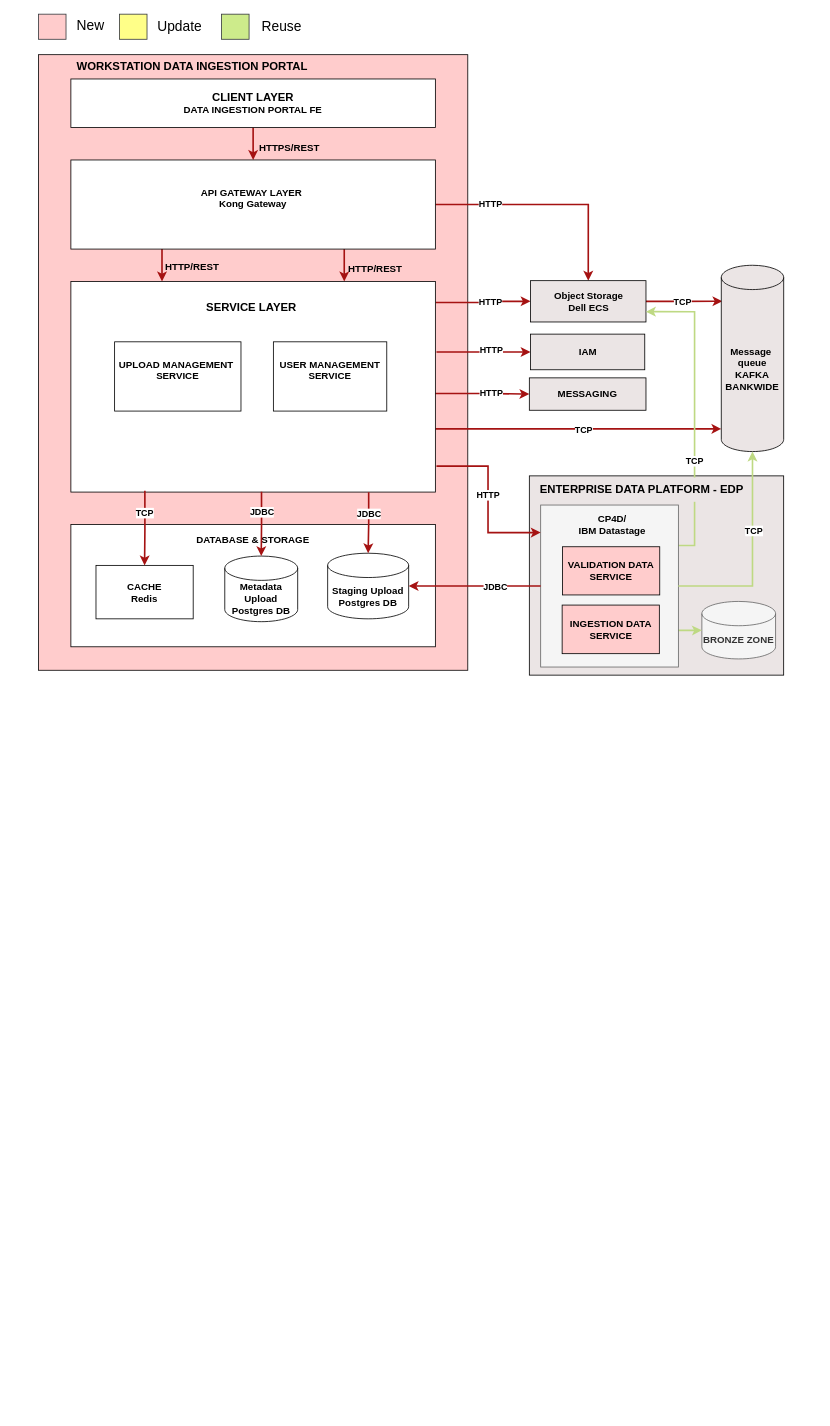
Before: page "Integration Architech-NEW" (12 of 13) of docs/App_UL_V1.drawio in vietda1/enterprise-upload-system, a draw.io diagram. Source tidied: cells renumbered, new cells numbered last; positions are measured from the earlier drawing's top-left corner, leaving out a move shared by most shapes. Both pictures are drawn from the tidied source at 81%, with x=0, y=0 at pixel (38, 14).
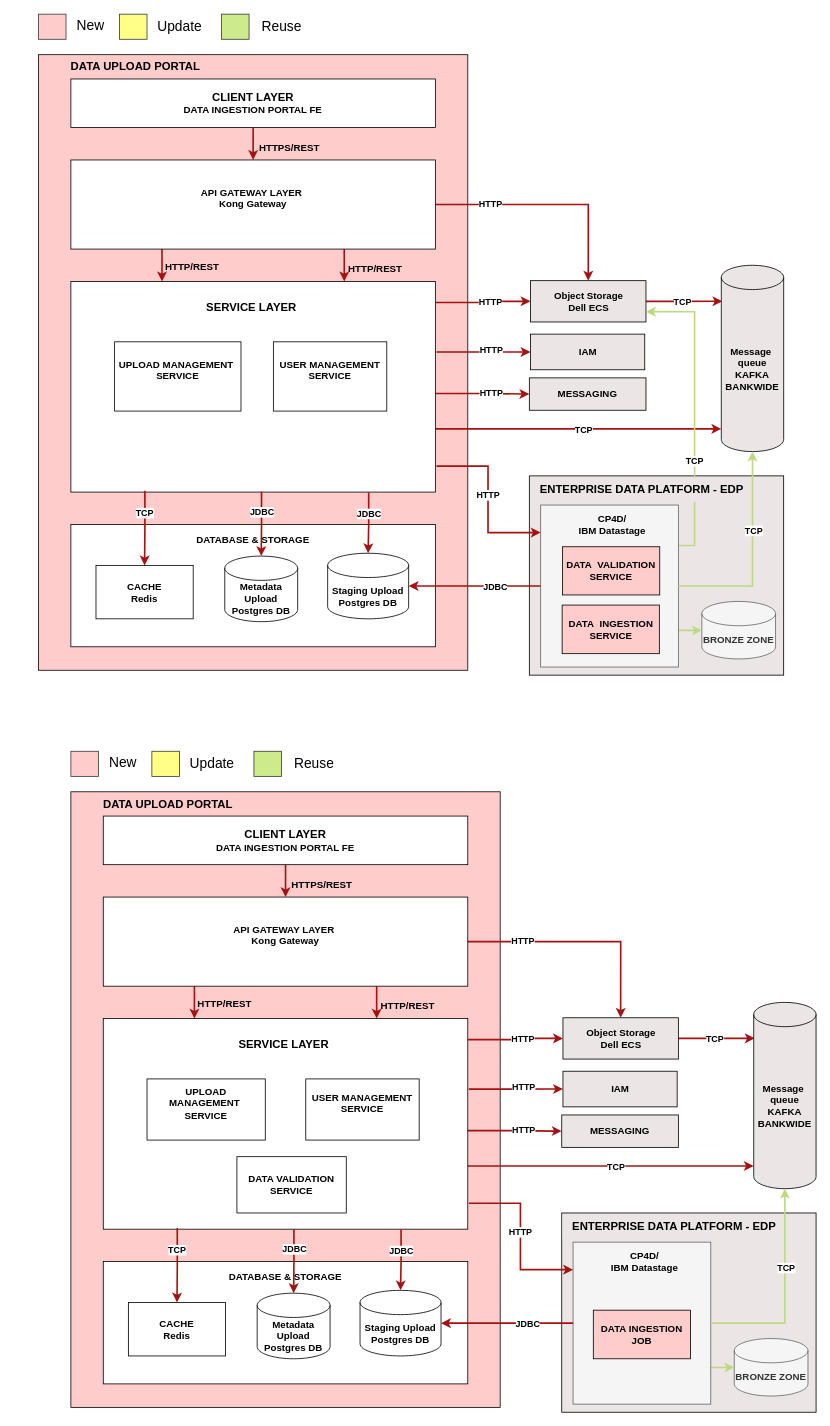
Above is the later version.

The edit, as a diff of the source:
```diff
@@
-    <mxCell id="44" value="WORKSTATION DATA INGESTION PORTAL" style="text;html=1;whiteSpace=wrap;strokeColor=none;fillColor=none;align=center;verticalAlign=middle;rounded=0;fontStyle=1;fontSize=14;" parent="1" vertex="1">
-      <mxGeometry x="40" y="50" width="300" height="30" as="geometry" />
+    <mxCell id="44" value="DATA UPLOAD PORTAL" style="text;html=1;whiteSpace=wrap;strokeColor=none;fillColor=none;align=center;verticalAlign=middle;rounded=0;fontStyle=1;fontSize=14;" parent="1" vertex="1">
+      <mxGeometry x="-30" y="50" width="300" height="30" as="geometry" />
     </mxCell>
@@
-    <mxCell id="51" value="&lt;div&gt;&lt;div&gt;VALIDATION DATA SERVICE&lt;/div&gt;&lt;/div&gt;" style="rounded=0;whiteSpace=wrap;html=1;fontStyle=1;fillColor=light-dark(#ffcccc, #ededed);" parent="1" vertex="1">
+    <mxCell id="51" value="&lt;div&gt;&lt;span style=&quot;background-color: transparent; color: light-dark(rgb(0, 0, 0), rgb(255, 255, 255));&quot;&gt;DATA&lt;/span&gt;&lt;span style=&quot;background-color: transparent; color: light-dark(rgb(0, 0, 0), rgb(255, 255, 255));&quot;&gt;&amp;nbsp;&amp;nbsp;&lt;/span&gt;VALIDATION SERVICE&lt;/div&gt;" style="rounded=0;whiteSpace=wrap;html=1;fontStyle=1;fillColor=light-dark(#ffcccc, #ededed);" parent="1" vertex="1">
       <mxGeometry x="647" y="657.5" width="120" height="59.5" as="geometry" />
     </mxCell>
-    <mxCell id="52" value="&lt;div&gt;&lt;div&gt;INGESTION DATA SERVICE&lt;/div&gt;&lt;/div&gt;" style="rounded=0;whiteSpace=wrap;html=1;fontStyle=1;fillColor=light-dark(#ffcccc, #ededed);" parent="1" vertex="1">
+    <mxCell id="52" value="&lt;div&gt;&lt;span style=&quot;background-color: transparent; color: light-dark(rgb(0, 0, 0), rgb(255, 255, 255));&quot;&gt;DATA&lt;/span&gt;&lt;span style=&quot;background-color: transparent; color: light-dark(rgb(0, 0, 0), rgb(255, 255, 255));&quot;&gt;&amp;nbsp;&amp;nbsp;&lt;/span&gt;INGESTION SERVICE&lt;/div&gt;" style="rounded=0;whiteSpace=wrap;html=1;fontStyle=1;fillColor=light-dark(#ffcccc, #ededed);" parent="1" vertex="1">
       <mxGeometry x="646.5" y="729.5" width="120" height="60" as="geometry" />
     </mxCell>
@@
+    <mxCell id="66" style="rounded=0;whiteSpace=wrap;html=1;fillColor=light-dark(#ebe5e5, #ededed);fontStyle=1;" parent="1" vertex="1">
+      <mxGeometry x="646" y="1480" width="314" height="246" as="geometry" />
+    </mxCell>
+    <mxCell id="67" style="rounded=0;whiteSpace=wrap;html=1;strokeColor=light-dark(#050505, #572b2b);fillColor=light-dark(#ffcccc, #ededed);" parent="1" vertex="1">
+      <mxGeometry x="40" y="960" width="530" height="760" as="geometry" />
+    </mxCell>
+    <mxCell id="68" style="edgeStyle=orthogonalEdgeStyle;rounded=0;jettySize=auto;html=1;exitX=0.5;exitY=1;exitDx=0;exitDy=0;entryX=0.5;entryY=0;entryDx=0;entryDy=0;fontStyle=1;strokeWidth=2;strokeColor=light-dark(#a51212, #ededed);" parent="1" edge="1" source="69" target="74">
+      <mxGeometry relative="1" as="geometry" />
+    </mxCell>
+    <mxCell id="69" value="&lt;font style=&quot;font-size: 14px;&quot;&gt;CLIENT LAYER&lt;/font&gt;&lt;div&gt;DATA INGESTION PORTAL FE&lt;/div&gt;" style="rounded=0;whiteSpace=wrap;html=1;fontStyle=1;" parent="1" vertex="1">
+      <mxGeometry x="80" y="990" width="450" height="60" as="geometry" />
+    </mxCell>
+    <mxCell id="70" style="edgeStyle=orthogonalEdgeStyle;rounded=0;jettySize=auto;html=1;exitX=0.25;exitY=1;exitDx=0;exitDy=0;entryX=0.25;entryY=0;entryDx=0;entryDy=0;fontStyle=1;strokeWidth=2;strokeColor=#A51212;" parent="1" edge="1" source="74" target="83">
+      <mxGeometry relative="1" as="geometry" />
+    </mxCell>
+    <mxCell id="71" style="edgeStyle=orthogonalEdgeStyle;rounded=0;jettySize=auto;html=1;exitX=0.75;exitY=1;exitDx=0;exitDy=0;entryX=0.75;entryY=0;entryDx=0;entryDy=0;fontStyle=1;strokeWidth=2;strokeColor=#A51212;" parent="1" edge="1" source="74" target="83">
+      <mxGeometry relative="1" as="geometry" />
+    </mxCell>
+    <mxCell id="72" style="edgeStyle=orthogonalEdgeStyle;rounded=0;jettySize=auto;html=1;exitX=1;exitY=0.5;exitDx=0;exitDy=0;entryX=0.5;entryY=0;entryDx=0;entryDy=0;strokeWidth=2;strokeColor=light-dark(#A51212,#EDEDED);" parent="1" edge="1" source="74" target="89">
+      <mxGeometry relative="1" as="geometry" />
+    </mxCell>
+    <mxCell id="73" value="&lt;b&gt;HTTP&lt;/b&gt;" style="edgeLabel;html=1;align=center;verticalAlign=middle;" parent="72" vertex="1">
+      <mxGeometry x="-0.3" y="2" relative="1" as="geometry">
+        <mxPoint x="-32" as="offset" />
+      </mxGeometry>
+    </mxCell>
+    <mxCell id="74" value="API GATEWAY LAYER&amp;nbsp;&lt;div&gt;Kong Gateway&lt;/div&gt;&lt;div&gt;&lt;br&gt;&lt;/div&gt;" style="rounded=0;whiteSpace=wrap;html=1;fontStyle=1;" parent="1" vertex="1">
+      <mxGeometry x="80" y="1090" width="450" height="110" as="geometry" />
+    </mxCell>
+    <mxCell id="75" style="edgeStyle=orthogonalEdgeStyle;rounded=0;orthogonalLoop=1;jettySize=auto;html=1;entryX=0;entryY=1;entryDx=0;entryDy=-15;exitX=1;exitY=0.75;exitDx=0;exitDy=0;entryPerimeter=0;strokeWidth=2;strokeColor=#A51212;" parent="1" edge="1">
+      <mxGeometry relative="1" as="geometry">
+        <mxPoint x="530" y="1422" as="sourcePoint" />
+        <mxPoint x="883" y="1422" as="targetPoint" />
+      </mxGeometry>
+    </mxCell>
+    <mxCell id="76" value="&lt;b&gt;TCP&lt;/b&gt;" style="edgeLabel;html=1;align=center;verticalAlign=middle;" parent="75" vertex="1">
+      <mxGeometry x="-0.15" relative="1" as="geometry">
+        <mxPoint x="32" as="offset" />
+      </mxGeometry>
+    </mxCell>
+    <mxCell id="77" style="edgeStyle=orthogonalEdgeStyle;rounded=0;jettySize=auto;html=1;exitX=0.998;exitY=0.532;exitDx=0;exitDy=0;entryX=0;entryY=0.5;entryDx=0;entryDy=0;strokeWidth=2;strokeColor=#A51212;exitPerimeter=0;" parent="1" edge="1" source="83" target="108">
+      <mxGeometry relative="1" as="geometry" />
+    </mxCell>
+    <mxCell id="78" value="&lt;b&gt;HTTP&lt;/b&gt;" style="edgeLabel;html=1;align=center;verticalAlign=middle;" parent="77" vertex="1">
+      <mxGeometry x="-0.02" y="1" relative="1" as="geometry">
+        <mxPoint x="11" as="offset" />
+      </mxGeometry>
+    </mxCell>
+    <mxCell id="79" style="edgeStyle=orthogonalEdgeStyle;rounded=0;jettySize=auto;html=1;exitX=1.001;exitY=0.1;exitDx=0;exitDy=0;entryX=0;entryY=0.5;entryDx=0;entryDy=0;strokeWidth=2;strokeColor=#A51212;exitPerimeter=0;" parent="1" edge="1" source="83" target="89">
+      <mxGeometry relative="1" as="geometry" />
+    </mxCell>
+    <mxCell id="80" value="&lt;b&gt;HTTP&lt;/b&gt;" style="edgeLabel;html=1;align=center;verticalAlign=middle;" parent="79" vertex="1">
+      <mxGeometry y="2" relative="1" as="geometry">
+        <mxPoint x="11" as="offset" />
+      </mxGeometry>
+    </mxCell>
+    <mxCell id="81" style="edgeStyle=orthogonalEdgeStyle;rounded=0;jettySize=auto;html=1;exitX=1.003;exitY=0.335;exitDx=0;exitDy=0;entryX=0;entryY=0.5;entryDx=0;entryDy=0;exitPerimeter=0;strokeWidth=2;strokeColor=light-dark(#a51212, #ededed);" parent="1" edge="1" source="83" target="92">
+      <mxGeometry relative="1" as="geometry" />
+    </mxCell>
+    <mxCell id="82" value="&lt;b&gt;HTTP&lt;/b&gt;" style="edgeLabel;html=1;align=center;verticalAlign=middle;" parent="81" vertex="1">
+      <mxGeometry x="0.03" y="3" relative="1" as="geometry">
+        <mxPoint x="7" as="offset" />
+      </mxGeometry>
+    </mxCell>
+    <mxCell id="83" value="&lt;font style=&quot;font-size: 14px;&quot;&gt;SERVICE LAYER&amp;nbsp;&lt;/font&gt;&lt;div&gt;&lt;font style=&quot;font-size: 14px;&quot;&gt;&lt;br&gt;&lt;/font&gt;&lt;/div&gt;&lt;div&gt;&lt;font style=&quot;font-size: 14px;&quot;&gt;&lt;br&gt;&lt;/font&gt;&lt;/div&gt;&lt;div&gt;&lt;font style=&quot;font-size: 14px;&quot;&gt;&lt;br&gt;&lt;/font&gt;&lt;/div&gt;&lt;div&gt;&lt;font style=&quot;font-size: 14px;&quot;&gt;&lt;br&gt;&lt;/font&gt;&lt;/div&gt;&lt;div&gt;&lt;br&gt;&lt;/div&gt;&lt;div&gt;&lt;font style=&quot;font-size: 14px;&quot;&gt;&lt;br&gt;&lt;/font&gt;&lt;/div&gt;&lt;div&gt;&lt;font style=&quot;font-size: 14px;&quot;&gt;&lt;br&gt;&lt;/font&gt;&lt;/div&gt;&lt;div&gt;&lt;font style=&quot;font-size: 14px;&quot;&gt;&lt;br&gt;&lt;/font&gt;&lt;/div&gt;&lt;div&gt;&lt;font style=&quot;font-size: 14px;&quot;&gt;&lt;br&gt;&lt;/font&gt;&lt;/div&gt;&lt;div&gt;&lt;font style=&quot;font-size: 14px;&quot;&gt;&lt;br&gt;&lt;/font&gt;&lt;/div&gt;&lt;div&gt;&lt;font style=&quot;font-size: 14px;&quot;&gt;&lt;br&gt;&lt;/font&gt;&lt;/div&gt;&lt;div&gt;&lt;br&gt;&lt;/div&gt;" style="rounded=0;whiteSpace=wrap;html=1;fontStyle=1;" parent="1" vertex="1">
+      <mxGeometry x="80" y="1240" width="450" height="260" as="geometry" />
+    </mxCell>
+    <mxCell id="84" value="UPLOAD MANAGEMENT&amp;nbsp;&lt;div&gt;SERVICE&lt;div&gt;&lt;br&gt;&lt;/div&gt;&lt;/div&gt;" style="rounded=0;whiteSpace=wrap;html=1;fontStyle=1;" parent="1" vertex="1">
+      <mxGeometry x="134" y="1314.5" width="146" height="75.5" as="geometry" />
+    </mxCell>
+    <mxCell id="85" value="USER MANAGEMENT&lt;div&gt;SERVICE&lt;div&gt;&lt;br&gt;&lt;/div&gt;&lt;/div&gt;" style="rounded=0;whiteSpace=wrap;html=1;fontStyle=1;" parent="1" vertex="1">
+      <mxGeometry x="330" y="1314.5" width="140" height="75.5" as="geometry" />
+    </mxCell>
+    <mxCell id="86" value="&lt;div&gt;DATABASE &amp;amp; STORAGE&lt;/div&gt;&lt;div&gt;&lt;br&gt;&lt;/div&gt;&lt;div&gt;&lt;br&gt;&lt;/div&gt;&lt;div&gt;&lt;br&gt;&lt;/div&gt;&lt;div&gt;&lt;br&gt;&lt;/div&gt;&lt;div&gt;&lt;br&gt;&lt;/div&gt;&lt;div&gt;&lt;br&gt;&lt;/div&gt;&lt;div&gt;&lt;br&gt;&lt;/div&gt;&lt;div&gt;&lt;br&gt;&lt;/div&gt;" style="rounded=0;whiteSpace=wrap;html=1;fontStyle=1;" parent="1" vertex="1">
+      <mxGeometry x="80" y="1540" width="450" height="151" as="geometry" />
+    </mxCell>
+    <mxCell id="87" style="edgeStyle=orthogonalEdgeStyle;rounded=0;jettySize=auto;html=1;exitX=1;exitY=0.5;exitDx=0;exitDy=0;entryX=0.017;entryY=0.193;entryDx=0;entryDy=0;entryPerimeter=0;strokeWidth=2;strokeColor=#A51212;" parent="1" edge="1" source="89" target="115">
+      <mxGeometry relative="1" as="geometry" />
+    </mxCell>
+    <mxCell id="88" value="&lt;b&gt;TCP&lt;/b&gt;" style="edgeLabel;html=1;align=center;verticalAlign=middle;" parent="87" vertex="1">
+      <mxGeometry x="-0.04" y="-1" relative="1" as="geometry">
+        <mxPoint x="-1" as="offset" />
+      </mxGeometry>
+    </mxCell>
+    <mxCell id="89" value="Object Storage&lt;div&gt;Dell ECS&lt;/div&gt;" style="rounded=0;whiteSpace=wrap;html=1;fillColor=light-dark(#ebe5e5, #ededed);fontStyle=1;" parent="1" vertex="1">
+      <mxGeometry x="647.5" y="1239" width="142.5" height="51" as="geometry" />
+    </mxCell>
+    <mxCell id="90" value="CACHE&lt;div&gt;Redis&lt;/div&gt;" style="rounded=0;whiteSpace=wrap;html=1;fontStyle=1;" parent="1" vertex="1">
+      <mxGeometry x="111" y="1590.5" width="120" height="66" as="geometry" />
+    </mxCell>
+    <mxCell id="91" value="HTTPS/REST" style="text;html=1;whiteSpace=wrap;strokeColor=none;fillColor=none;align=center;verticalAlign=middle;rounded=0;fontStyle=1;" parent="1" vertex="1">
+      <mxGeometry x="320" y="1060" width="60" height="30" as="geometry" />
+    </mxCell>
+    <mxCell id="92" value="IAM" style="rounded=0;whiteSpace=wrap;html=1;fillColor=light-dark(#ebe5e5, #ededed);fontStyle=1;" parent="1" vertex="1">
+      <mxGeometry x="647.5" y="1305" width="141" height="44" as="geometry" />
+    </mxCell>
+    <mxCell id="93" value="BRONZE ZONE" style="shape=cylinder3;whiteSpace=wrap;html=1;boundedLbl=1;backgroundOutline=1;size=15;fillColor=#f5f5f5;fontStyle=1;fontColor=#333333;strokeColor=#666666;" parent="1" vertex="1">
+      <mxGeometry x="859" y="1635" width="91" height="71" as="geometry" />
+    </mxCell>
+    <mxCell id="94" style="edgeStyle=orthogonalEdgeStyle;rounded=0;jettySize=auto;html=1;exitX=0.992;exitY=0.774;exitDx=0;exitDy=0;exitPerimeter=0;strokeWidth=2;strokeColor=light-dark(#bed983, #ededed);" parent="1" edge="1" source="95" target="93">
+      <mxGeometry relative="1" as="geometry" />
+    </mxCell>
+    <mxCell id="95" style="rounded=0;whiteSpace=wrap;html=1;fillColor=#f5f5f5;fontStyle=1;strokeColor=#666666;fontColor=#333333;" parent="1" vertex="1">
+      <mxGeometry x="660" y="1516" width="170" height="200" as="geometry" />
+    </mxCell>
+    <mxCell id="96" value="&lt;font style=&quot;font-size: 14px;&quot;&gt;ENTERPRISE DATA PLATFORM - EDP&lt;/font&gt;" style="text;html=1;whiteSpace=wrap;strokeColor=none;fillColor=light-dark(#ebe5e5, #ededed);align=center;verticalAlign=middle;rounded=0;fontStyle=1;" parent="1" vertex="1">
+      <mxGeometry x="647" y="1482" width="276" height="30" as="geometry" />
+    </mxCell>
+    <mxCell id="97" style="group;" parent="1" vertex="1">
+      <mxGeometry x="40" y="910" width="94" height="31" as="geometry" />
+    </mxCell>
+    <mxCell id="98" style="rounded=0;whiteSpace=wrap;html=1;strokeColor=#36393d;fillColor=#ffcccc;fontSize=17;" parent="97" vertex="1">
+      <mxGeometry width="34" height="31" as="geometry" />
+    </mxCell>
+    <mxCell id="99" value="&lt;font color=&quot;#000000&quot;&gt;New&lt;/font&gt;" style="text;html=1;align=center;verticalAlign=middle;strokeColor=none;fillColor=none;fontColor=#FF0000;fontSize=17;" parent="97" vertex="1">
+      <mxGeometry x="34" width="60" height="30" as="geometry" />
+    </mxCell>
+    <mxCell id="100" style="group;" parent="1" vertex="1">
+      <mxGeometry x="140" y="910" width="104" height="31" as="geometry" />
+    </mxCell>
+    <mxCell id="101" style="rounded=0;whiteSpace=wrap;html=1;strokeColor=#36393d;fillColor=#ffff88;fontSize=17;" parent="100" vertex="1">
+      <mxGeometry width="34" height="31" as="geometry" />
+    </mxCell>
+    <mxCell id="102" value="&lt;font color=&quot;#000000&quot;&gt;Update&lt;/font&gt;" style="text;html=1;align=center;verticalAlign=middle;strokeColor=none;fillColor=none;fontColor=#FF0000;fontSize=17;" parent="100" vertex="1">
+      <mxGeometry x="34" y="1" width="80" height="30" as="geometry" />
+    </mxCell>
+    <mxCell id="103" style="group;" parent="1" vertex="1">
+      <mxGeometry x="266" y="910" width="109" height="31" as="geometry" />
+    </mxCell>
+    <mxCell id="104" style="rounded=0;whiteSpace=wrap;html=1;strokeColor=#36393d;fillColor=#cdeb8b;fontSize=17;" parent="103" vertex="1">
+      <mxGeometry width="34" height="31" as="geometry" />
+    </mxCell>
+    <mxCell id="105" value="&lt;font color=&quot;#000000&quot;&gt;Reuse&lt;/font&gt;" style="text;html=1;align=center;verticalAlign=middle;strokeColor=none;fillColor=none;fontColor=#FF0000;fontSize=17;" parent="103" vertex="1">
+      <mxGeometry x="39" y="1" width="70" height="30" as="geometry" />
+    </mxCell>
+    <mxCell id="106" value="DATA UPLOAD PORTAL" style="text;html=1;whiteSpace=wrap;strokeColor=none;fillColor=none;align=center;verticalAlign=middle;rounded=0;fontStyle=1;fontSize=14;" parent="1" vertex="1">
+      <mxGeometry x="10" y="960" width="300" height="30" as="geometry" />
+    </mxCell>
+    <mxCell id="107" value="Staging Upload&lt;div&gt;Postgres DB&lt;/div&gt;" style="shape=cylinder3;whiteSpace=wrap;html=1;boundedLbl=1;backgroundOutline=1;size=15;fontStyle=1;" parent="1" vertex="1">
+      <mxGeometry x="397" y="1575.5" width="100" height="81" as="geometry" />
+    </mxCell>
+    <mxCell id="108" value="MESSAGING" style="rounded=0;whiteSpace=wrap;html=1;fillColor=light-dark(#ebe5e5, #ededed);fontStyle=1;" parent="1" vertex="1">
+      <mxGeometry x="646" y="1359" width="144" height="40" as="geometry" />
+    </mxCell>
+    <mxCell id="109" value="Metadata Upload&lt;div&gt;Postgres DB&lt;/div&gt;" style="shape=cylinder3;whiteSpace=wrap;html=1;boundedLbl=1;backgroundOutline=1;size=15;fontStyle=1;" parent="1" vertex="1">
+      <mxGeometry x="270" y="1579" width="90" height="81" as="geometry" />
+    </mxCell>
+    <mxCell id="110" style="edgeStyle=orthogonalEdgeStyle;rounded=0;jettySize=auto;html=1;exitX=0;exitY=0.5;exitDx=0;exitDy=0;entryX=1;entryY=0.5;entryDx=0;entryDy=0;entryPerimeter=0;strokeWidth=2;strokeColor=#A51212;" parent="1" edge="1" source="95" target="107">
+      <mxGeometry relative="1" as="geometry" />
+    </mxCell>
+    <mxCell id="111" value="&lt;b&gt;JDBC&lt;/b&gt;" style="edgeLabel;html=1;align=center;verticalAlign=middle;" parent="110" vertex="1">
+      <mxGeometry x="-0.08" relative="1" as="geometry">
+        <mxPoint x="18" as="offset" />
+      </mxGeometry>
+    </mxCell>
+    <mxCell id="112" value="&lt;b&gt;CP4D/&lt;/b&gt;&lt;br&gt;&lt;div style=&quot;font-weight: 700;&quot;&gt;IBM Datastage&lt;/div&gt;" style="text;html=1;whiteSpace=wrap;strokeColor=none;fillColor=none;align=center;verticalAlign=middle;rounded=0;" parent="1" vertex="1">
+      <mxGeometry x="695.5" y="1525" width="104.5" height="30" as="geometry" />
+    </mxCell>
+    <mxCell id="113" value="&lt;div&gt;&lt;div&gt;DATA VALIDATION SERVICE&lt;/div&gt;&lt;/div&gt;" style="rounded=0;whiteSpace=wrap;html=1;fontStyle=1;" parent="1" vertex="1">
+      <mxGeometry x="245" y="1410.5" width="135" height="69.5" as="geometry" />
+    </mxCell>
+    <mxCell id="114" value="&lt;div&gt;&lt;div&gt;DATA INGESTION JOB&lt;/div&gt;&lt;/div&gt;" style="rounded=0;whiteSpace=wrap;html=1;fontStyle=1;fillColor=light-dark(#ffcccc, #ededed);" parent="1" vertex="1">
+      <mxGeometry x="685" y="1600" width="120" height="60" as="geometry" />
+    </mxCell>
+    <mxCell id="115" value="Message&amp;nbsp;&lt;div&gt;queue&lt;/div&gt;&lt;div&gt;KAFKA BANKWIDE&lt;/div&gt;" style="shape=cylinder3;whiteSpace=wrap;html=1;boundedLbl=1;backgroundOutline=1;size=15;fillColor=light-dark(#ebe5e5, #ededed);fontStyle=1;" parent="1" vertex="1">
+      <mxGeometry x="883" y="1220" width="77" height="230" as="geometry" />
+    </mxCell>
+    <mxCell id="116" style="edgeStyle=orthogonalEdgeStyle;rounded=0;jettySize=auto;html=1;exitX=1;exitY=0.5;exitDx=0;exitDy=0;entryX=0.5;entryY=1;entryDx=0;entryDy=0;entryPerimeter=0;strokeWidth=2;strokeColor=light-dark(#bed983, #ededed);" parent="1" edge="1" source="95" target="115">
+      <mxGeometry relative="1" as="geometry" />
+    </mxCell>
+    <mxCell id="117" value="&lt;b&gt;TCP&lt;/b&gt;" style="edgeLabel;html=1;align=center;verticalAlign=middle;" parent="116" vertex="1">
+      <mxGeometry x="0.24" relative="1" as="geometry">
+        <mxPoint x="1" as="offset" />
+      </mxGeometry>
+    </mxCell>
+    <mxCell id="118" value="HTTP/REST" style="text;html=1;whiteSpace=wrap;strokeColor=none;fillColor=none;align=center;verticalAlign=middle;rounded=0;fontStyle=1;" parent="1" vertex="1">
+      <mxGeometry x="200" y="1207" width="60" height="30" as="geometry" />
+    </mxCell>
+    <mxCell id="119" value="HTTP/REST" style="text;html=1;whiteSpace=wrap;strokeColor=none;fillColor=none;align=center;verticalAlign=middle;rounded=0;fontStyle=1;" parent="1" vertex="1">
+      <mxGeometry x="426" y="1210" width="60" height="30" as="geometry" />
+    </mxCell>
+    <mxCell id="120" style="edgeStyle=orthogonalEdgeStyle;rounded=0;jettySize=auto;html=1;fontStyle=1;strokeWidth=2;strokeColor=#A51212;exitX=0.203;exitY=0.994;exitDx=0;exitDy=0;exitPerimeter=0;" parent="1" edge="1" source="83" target="90">
+      <mxGeometry relative="1" as="geometry" />
+    </mxCell>
+    <mxCell id="121" value="&lt;b&gt;TCP&lt;/b&gt;" style="edgeLabel;html=1;align=center;verticalAlign=middle;" parent="120" vertex="1">
+      <mxGeometry x="-0.42" y="-1" relative="1" as="geometry" />
+    </mxCell>
+    <mxCell id="122" style="edgeStyle=orthogonalEdgeStyle;rounded=0;jettySize=auto;html=1;exitX=0.817;exitY=1.001;exitDx=0;exitDy=0;entryX=0.5;entryY=0;entryDx=0;entryDy=0;fontStyle=1;strokeWidth=2;strokeColor=#A51212;entryPerimeter=0;exitPerimeter=0;" parent="1" edge="1" source="83" target="107">
+      <mxGeometry relative="1" as="geometry" />
+    </mxCell>
+    <mxCell id="123" value="&lt;b&gt;JDBC&lt;/b&gt;" style="edgeLabel;html=1;align=center;verticalAlign=middle;" parent="122" vertex="1">
+      <mxGeometry x="-0.59" relative="1" as="geometry">
+        <mxPoint y="10" as="offset" />
+      </mxGeometry>
+    </mxCell>
+    <mxCell id="124" style="edgeStyle=orthogonalEdgeStyle;rounded=0;jettySize=auto;html=1;exitX=0.523;exitY=0.999;exitDx=0;exitDy=0;entryX=0.5;entryY=0;entryDx=0;entryDy=0;fontStyle=1;strokeWidth=2;strokeColor=#A51212;entryPerimeter=0;exitPerimeter=0;" parent="1" edge="1" source="83" target="109">
+      <mxGeometry relative="1" as="geometry" />
+    </mxCell>
+    <mxCell id="125" value="&lt;b&gt;JDBC&lt;/b&gt;" style="edgeLabel;html=1;align=center;verticalAlign=middle;" parent="124" vertex="1">
+      <mxGeometry x="-0.45" relative="1" as="geometry">
+        <mxPoint y="3" as="offset" />
+      </mxGeometry>
+    </mxCell>
+    <mxCell id="126" style="edgeStyle=orthogonalEdgeStyle;rounded=0;jettySize=auto;html=1;exitX=1.003;exitY=0.877;exitDx=0;exitDy=0;entryX=0;entryY=0.17;entryDx=0;entryDy=0;entryPerimeter=0;exitPerimeter=0;strokeWidth=2;strokeColor=light-dark(#a51212, #ededed);" parent="1" edge="1" source="83" target="95">
+      <mxGeometry relative="1" as="geometry" />
+    </mxCell>
+    <mxCell id="127" value="&lt;b&gt;HTTP&lt;/b&gt;" style="edgeLabel;html=1;align=center;verticalAlign=middle;" parent="126" vertex="1">
+      <mxGeometry x="-0.06" y="-1" relative="1" as="geometry" />
+    </mxCell>
```
